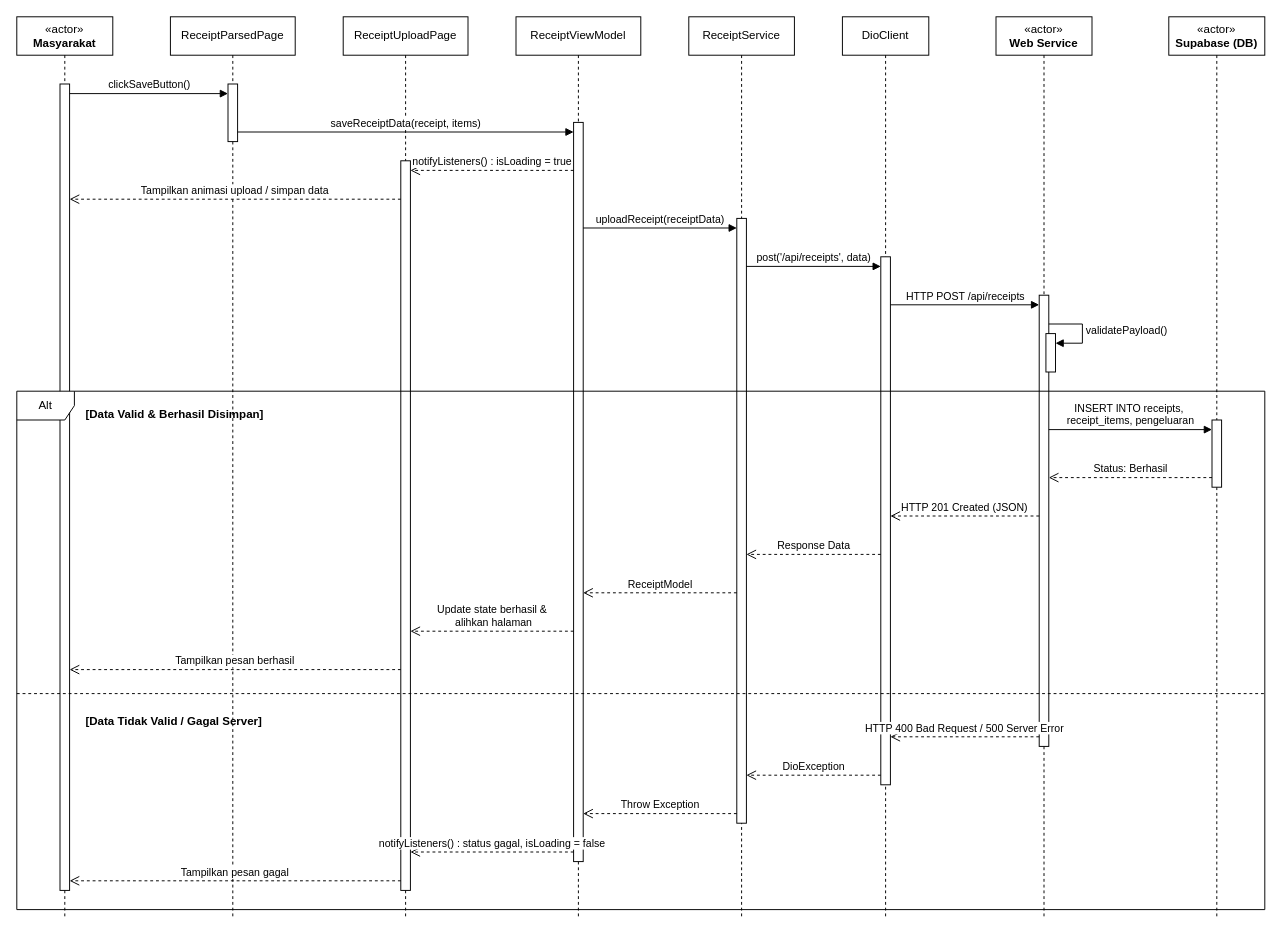
randy-ar/snap-notes-docs keeps this draw.io diagram as docs/UML/sequence_diagram/SKPL-F-009.drawio. Above is the earlier version. Source tidied: cells renumbered, new cells numbered last; positions are measured from the earlier drawing's top-left corner, leaving out a move shared by most shapes. Both pictures are drawn from the tidied source at 96%, with x=0, y=0 at pixel (16, 16).
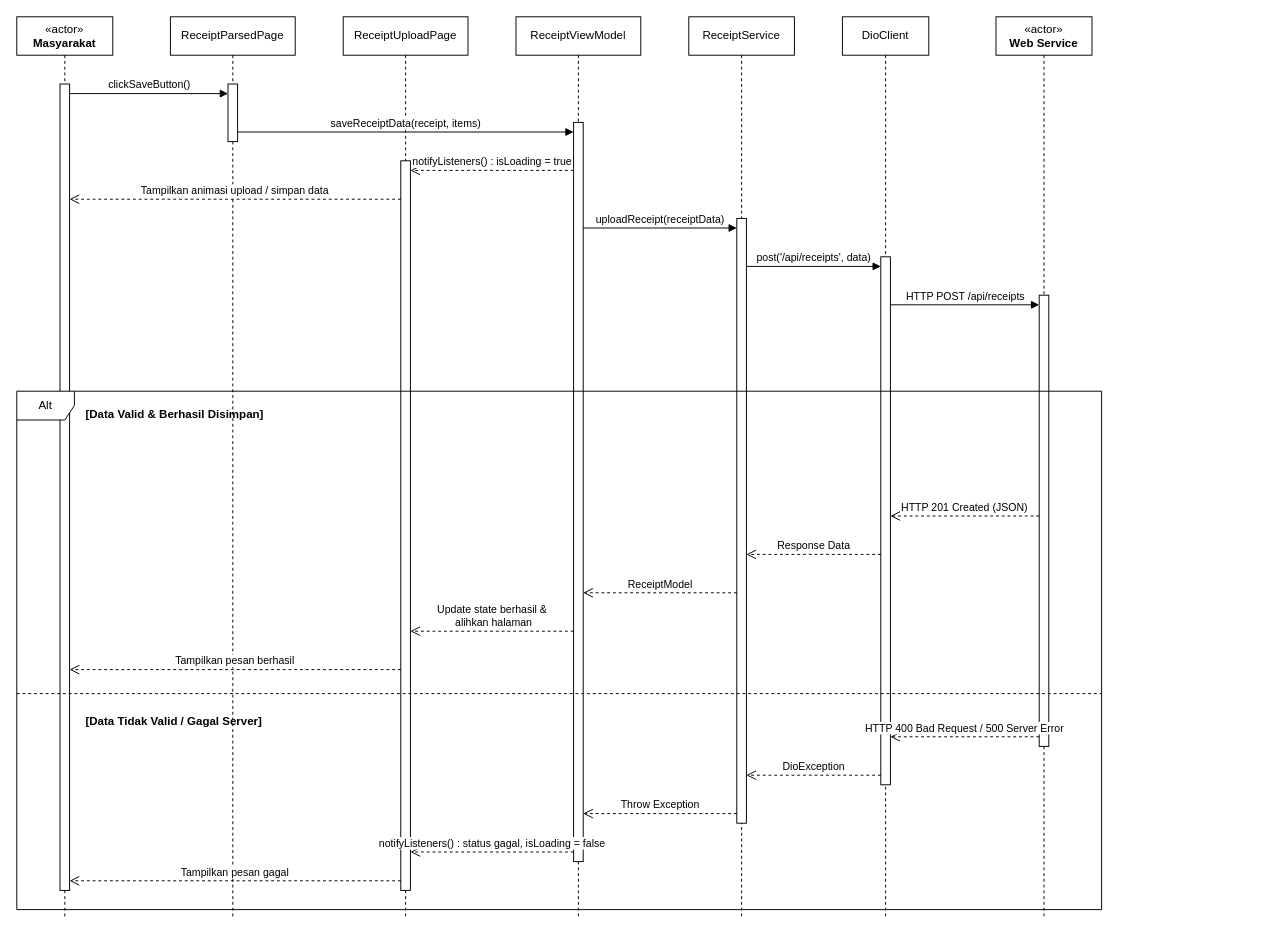
After the change.

Change to the diagram source:
```diff
@@
-    <mxCell id="16" value="«actor»&lt;br&gt;&lt;b&gt;Supabase (DB)&lt;/b&gt;" style="shape=umlLifeline;perimeter=lifelinePerimeter;whiteSpace=wrap;html=1;newEdgeStyle={&quot;curved&quot;:0,&quot;rounded&quot;:0};" parent="1" vertex="1">
-      <mxGeometry x="1200" width="100" height="940" as="geometry" />
-    </mxCell>
-    <mxCell id="17" style="html=1;perimeter=orthogonalPerimeter;targetShapes=umlLifeline;newEdgeStyle={&quot;curved&quot;:0,&quot;rounded&quot;:0};" parent="16" vertex="1">
-      <mxGeometry x="45" y="420" width="10" height="70" as="geometry" />
-    </mxCell>
@@
-    <mxCell id="25" style="html=1;points=[[0,0,0,0,5],[0,1,0,0,-5],[1,0,0,0,5],[1,1,0,0,-5]];perimeter=orthogonalPerimeter;outlineConnect=0;targetShapes=umlLifeline;portConstraint=eastwest;newEdgeStyle={&quot;curved&quot;:0,&quot;rounded&quot;:0};" parent="1" vertex="1">
-      <mxGeometry x="1072" y="330" width="10" height="40" as="geometry" />
-    </mxCell>
-    <mxCell id="26" value="&lt;span style=&quot;text-align: center;&quot;&gt;validatePayload()&lt;/span&gt;" style="html=1;align=left;spacingLeft=2;endArrow=block;rounded=0;edgeStyle=orthogonalEdgeStyle;curved=0;rounded=0;" parent="1" edge="1" target="25">
-      <mxGeometry relative="1" as="geometry">
-        <mxPoint x="1075" y="320" as="sourcePoint" />
-        <Array as="points">
-          <mxPoint x="1110" y="340" />
-        </Array>
-      </mxGeometry>
-    </mxCell>
     <mxCell id="27" value="Alt" style="shape=umlFrame;whiteSpace=wrap;html=1;width=60;height=30;" parent="1" vertex="1">
-      <mxGeometry y="390" width="1300" height="540" as="geometry" />
+      <mxGeometry y="390" width="1130" height="540" as="geometry" />
     </mxCell>
@@
     <mxCell id="29" style="line;strokeWidth=1;dashed=1;labelPosition=center;verticalLabelPosition=bottom;align=left;verticalAlign=top;spacingLeft=20;spacingTop=15;html=1;whiteSpace=wrap;" parent="27" vertex="1">
-      <mxGeometry y="310" width="1300" height="10" as="geometry" />
+      <mxGeometry y="310" width="1130" height="10" as="geometry" />
     </mxCell>
@@
-    <mxCell id="31" value="INSERT INTO receipts,&amp;nbsp;&lt;div&gt;receipt_items, pengeluaran&lt;/div&gt;" style="html=1;verticalAlign=bottom;endArrow=block;curved=0;rounded=0;" parent="1" edge="1">
-      <mxGeometry relative="1" as="geometry">
-        <mxPoint x="1075" y="430" as="sourcePoint" />
-        <mxPoint x="1245" y="430" as="targetPoint" />
-      </mxGeometry>
-    </mxCell>
-    <mxCell id="32" value="Status: Berhasil" style="html=1;verticalAlign=bottom;endArrow=open;dashed=1;endSize=8;curved=0;rounded=0;" parent="1" edge="1">
-      <mxGeometry relative="1" as="geometry">
-        <mxPoint x="1245" y="480" as="sourcePoint" />
-        <mxPoint x="1075" y="480" as="targetPoint" />
-      </mxGeometry>
-    </mxCell>
```
